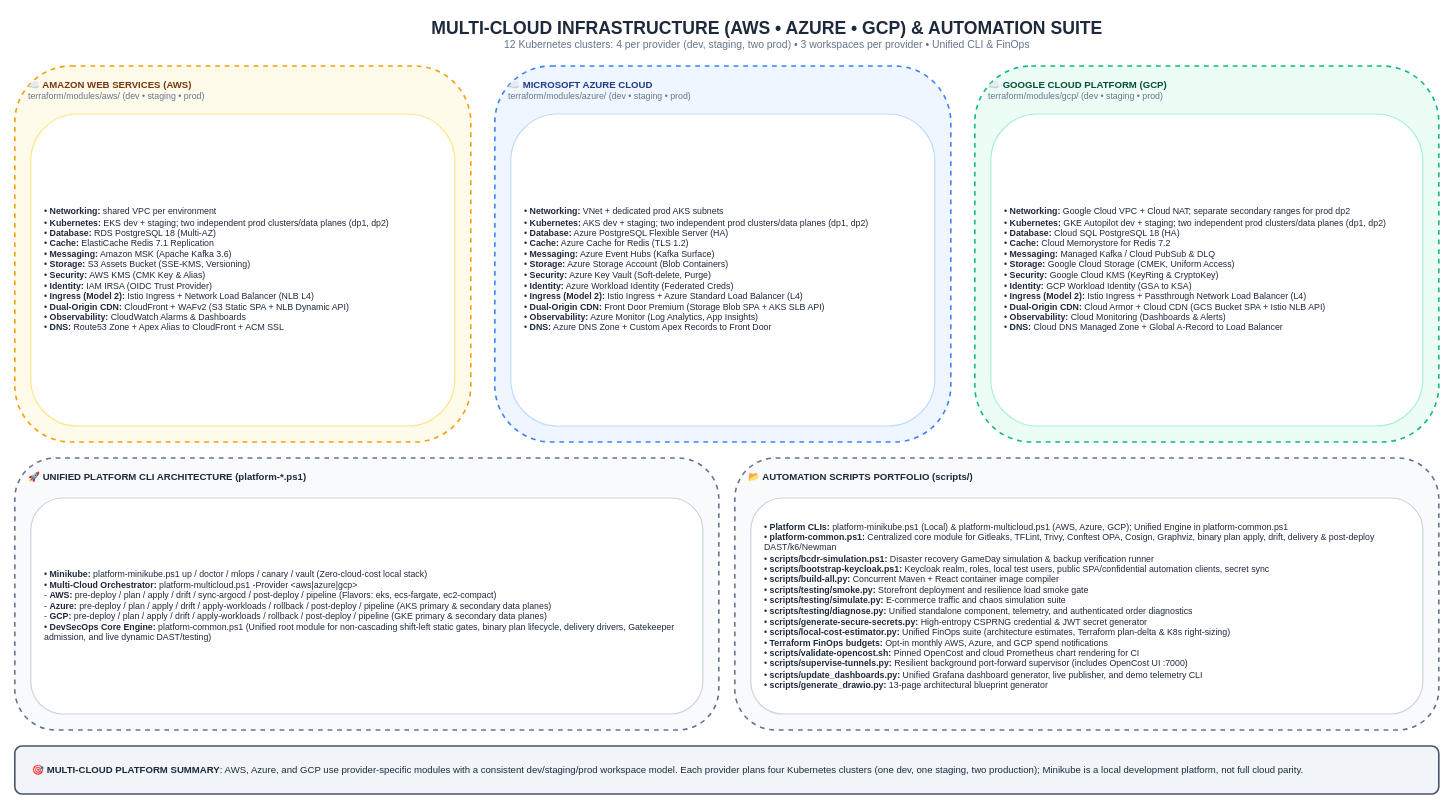
Before: page "11. Multi-Cloud IaC & CLI Automation Suite" (11 of 13) of docs/Diagrams.drawio in GeorgeGxx/microservices-architecture, a draw.io diagram. Source tidied: cells renumbered, new cells numbered last; positions are measured from the earlier drawing's top-left corner, leaving out a move shared by most shapes. Both pictures are drawn from the tidied source at 80%, with x=0, y=0 at pixel (14, 14).
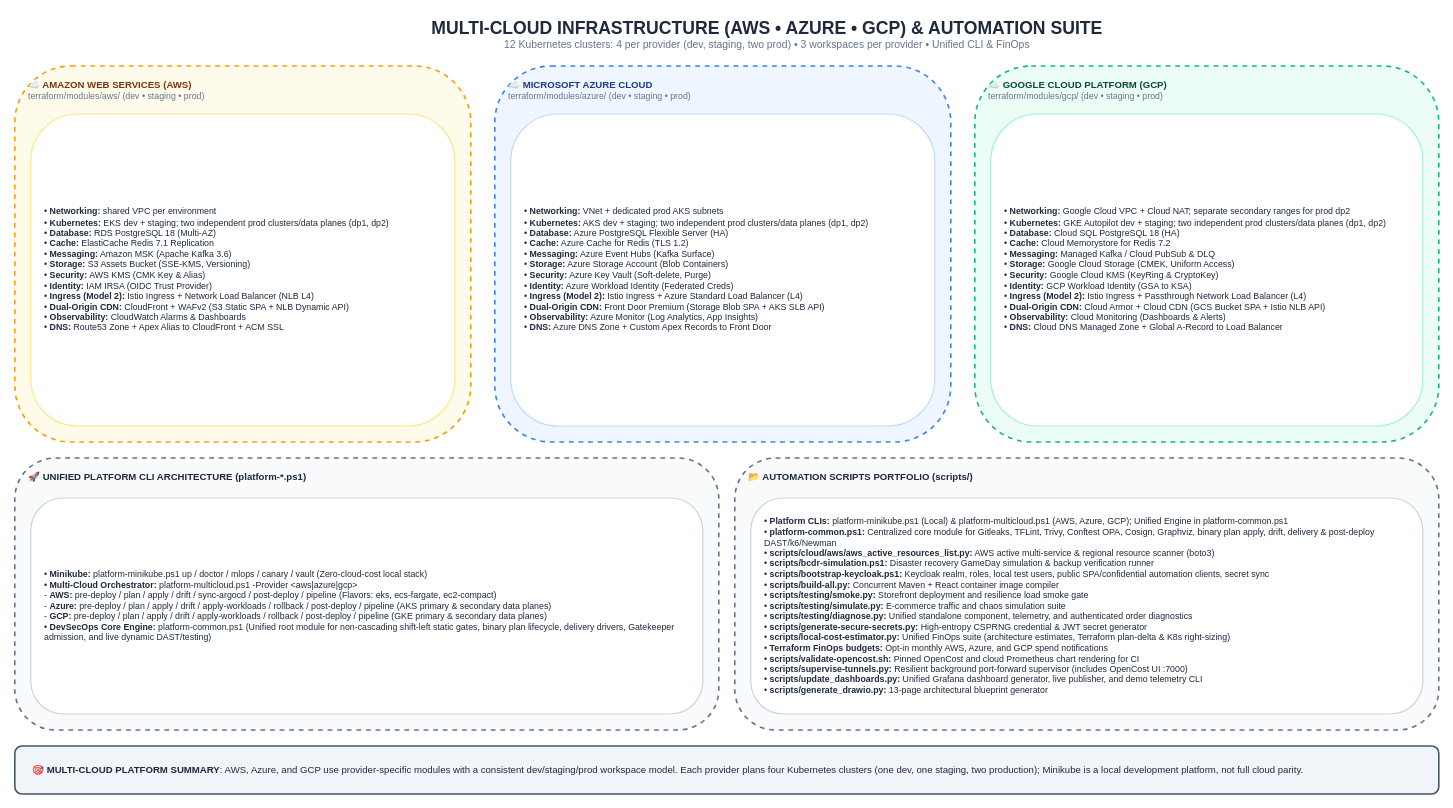
The same page after the edit.

Commit message (it also covers changes not shown here):
feat(cloud): migrate AWS active resource scanner to Boto3 Python tool

Change to the diagram source:
```diff
@@
 <mxGraphModel>
   <root>
     <mxCell id="0" />
     <mxCell id="1" parent="0" />
     <mxCell id="2" value="&lt;b style='font-size:22px;color:#1E293B;'&gt;MULTI-CLOUD INFRASTRUCTURE (AWS • AZURE • GCP) &amp; AUTOMATION SUITE&lt;/b&gt;&lt;br&gt;&lt;span style='font-size:13px;color:#64748B;'&gt;12 Kubernetes clusters: 4 per provider (dev, staging, two prod) • 3 workspaces per provider • Unified CLI &amp; FinOps&lt;/span&gt;" style="text;html=1;align=center;verticalAlign=middle;rounded=0;" parent="1" vertex="1">
       <mxGeometry x="240" width="1400" height="50" as="geometry" />
     </mxCell>
     <mxCell id="3" value="&lt;b&gt;☁️ AMAZON WEB SERVICES (AWS)&lt;/b&gt;&lt;br&gt;&lt;span style='font-size:11px;color:#64748B;'&gt;terraform/modules/aws/ (dev • staging • prod)&lt;/span&gt;" style="rounded=1;whiteSpace=wrap;html=1;fillColor=#FFFBEB;strokeColor=#F59E0B;strokeWidth=2;verticalAlign=top;align=left;spacingLeft=15;spacingTop=10;fontColor=#78350F;fontSize=12;dashed=1;" parent="1" vertex="1">
       <mxGeometry y="65" width="570" height="470" as="geometry" />
     </mxCell>
     <mxCell id="4" value="• &lt;b&gt;Networking:&lt;/b&gt; shared VPC per environment&lt;br&gt;• &lt;b&gt;Kubernetes:&lt;/b&gt; EKS dev + staging; two independent prod clusters/data planes (dp1, dp2)&lt;br&gt;• &lt;b&gt;Database:&lt;/b&gt; RDS PostgreSQL 18 (Multi-AZ)&lt;br&gt;• &lt;b&gt;Cache:&lt;/b&gt; ElastiCache Redis 7.1 Replication&lt;br&gt;• &lt;b&gt;Messaging:&lt;/b&gt; Amazon MSK (Apache Kafka 3.6)&lt;br&gt;• &lt;b&gt;Storage:&lt;/b&gt; S3 Assets Bucket (SSE-KMS, Versioning)&lt;br&gt;• &lt;b&gt;Security:&lt;/b&gt; AWS KMS (CMK Key &amp; Alias)&lt;br&gt;• &lt;b&gt;Identity:&lt;/b&gt; IAM IRSA (OIDC Trust Provider)&lt;br&gt;• &lt;b&gt;Ingress (Model 2):&lt;/b&gt; Istio Ingress + Network Load Balancer (NLB L4)&lt;br&gt;• &lt;b&gt;Dual-Origin CDN:&lt;/b&gt; CloudFront + WAFv2 (S3 Static SPA + NLB Dynamic API)&lt;br&gt;• &lt;b&gt;Observability:&lt;/b&gt; CloudWatch Alarms &amp; Dashboards&lt;br&gt;• &lt;b&gt;DNS:&lt;/b&gt; Route53 Zone + Apex Alias to CloudFront + ACM SSL" style="rounded=1;whiteSpace=wrap;html=1;fillColor=#FFFFFF;strokeColor=#FDE68A;strokeWidth=1.5;fontColor=#1E293B;fontSize=11;align=left;spacingLeft=15;" parent="1" vertex="1">
       <mxGeometry x="20" y="125" width="530" height="390" as="geometry" />
     </mxCell>
     <mxCell id="5" value="&lt;b&gt;☁️ MICROSOFT AZURE CLOUD&lt;/b&gt;&lt;br&gt;&lt;span style='font-size:11px;color:#64748B;'&gt;terraform/modules/azure/ (dev • staging • prod)&lt;/span&gt;" style="rounded=1;whiteSpace=wrap;html=1;fillColor=#EFF6FF;strokeColor=#3B82F6;strokeWidth=2;verticalAlign=top;align=left;spacingLeft=15;spacingTop=10;fontColor=#1E3A8A;fontSize=12;dashed=1;" parent="1" vertex="1">
       <mxGeometry x="600" y="65" width="570" height="470" as="geometry" />
     </mxCell>
     <mxCell id="6" value="• &lt;b&gt;Networking:&lt;/b&gt; VNet + dedicated prod AKS subnets&lt;br&gt;• &lt;b&gt;Kubernetes:&lt;/b&gt; AKS dev + staging; two independent prod clusters/data planes (dp1, dp2)&lt;br&gt;• &lt;b&gt;Database:&lt;/b&gt; Azure PostgreSQL Flexible Server (HA)&lt;br&gt;• &lt;b&gt;Cache:&lt;/b&gt; Azure Cache for Redis (TLS 1.2)&lt;br&gt;• &lt;b&gt;Messaging:&lt;/b&gt; Azure Event Hubs (Kafka Surface)&lt;br&gt;• &lt;b&gt;Storage:&lt;/b&gt; Azure Storage Account (Blob Containers)&lt;br&gt;• &lt;b&gt;Security:&lt;/b&gt; Azure Key Vault (Soft-delete, Purge)&lt;br&gt;• &lt;b&gt;Identity:&lt;/b&gt; Azure Workload Identity (Federated Creds)&lt;br&gt;• &lt;b&gt;Ingress (Model 2):&lt;/b&gt; Istio Ingress + Azure Standard Load Balancer (L4)&lt;br&gt;• &lt;b&gt;Dual-Origin CDN:&lt;/b&gt; Front Door Premium (Storage Blob SPA + AKS SLB API)&lt;br&gt;• &lt;b&gt;Observability:&lt;/b&gt; Azure Monitor (Log Analytics, App Insights)&lt;br&gt;• &lt;b&gt;DNS:&lt;/b&gt; Azure DNS Zone + Custom Apex Records to Front Door" style="rounded=1;whiteSpace=wrap;html=1;fillColor=#FFFFFF;strokeColor=#BFDBFE;strokeWidth=1.5;fontColor=#1E293B;fontSize=11;align=left;spacingLeft=15;" parent="1" vertex="1">
       <mxGeometry x="620" y="125" width="530" height="390" as="geometry" />
     </mxCell>
     <mxCell id="7" value="&lt;b&gt;☁️ GOOGLE CLOUD PLATFORM (GCP)&lt;/b&gt;&lt;br&gt;&lt;span style='font-size:11px;color:#64748B;'&gt;terraform/modules/gcp/ (dev • staging • prod)&lt;/span&gt;" style="rounded=1;whiteSpace=wrap;html=1;fillColor=#ECFDF5;strokeColor=#10B981;strokeWidth=2;verticalAlign=top;align=left;spacingLeft=15;spacingTop=10;fontColor=#064E3B;fontSize=12;dashed=1;" parent="1" vertex="1">
       <mxGeometry x="1200" y="65" width="580" height="470" as="geometry" />
     </mxCell>
     <mxCell id="8" value="• &lt;b&gt;Networking:&lt;/b&gt; Google Cloud VPC + Cloud NAT; separate secondary ranges for prod dp2&lt;br&gt;• &lt;b&gt;Kubernetes:&lt;/b&gt; GKE Autopilot dev + staging; two independent prod clusters/data planes (dp1, dp2)&lt;br&gt;• &lt;b&gt;Database:&lt;/b&gt; Cloud SQL PostgreSQL 18 (HA)&lt;br&gt;• &lt;b&gt;Cache:&lt;/b&gt; Cloud Memorystore for Redis 7.2&lt;br&gt;• &lt;b&gt;Messaging:&lt;/b&gt; Managed Kafka / Cloud PubSub &amp; DLQ&lt;br&gt;• &lt;b&gt;Storage:&lt;/b&gt; Google Cloud Storage (CMEK, Uniform Access)&lt;br&gt;• &lt;b&gt;Security:&lt;/b&gt; Google Cloud KMS (KeyRing &amp; CryptoKey)&lt;br&gt;• &lt;b&gt;Identity:&lt;/b&gt; GCP Workload Identity (GSA to KSA)&lt;br&gt;• &lt;b&gt;Ingress (Model 2):&lt;/b&gt; Istio Ingress + Passthrough Network Load Balancer (L4)&lt;br&gt;• &lt;b&gt;Dual-Origin CDN:&lt;/b&gt; Cloud Armor + Cloud CDN (GCS Bucket SPA + Istio NLB API)&lt;br&gt;• &lt;b&gt;Observability:&lt;/b&gt; Cloud Monitoring (Dashboards &amp; Alerts)&lt;br&gt;• &lt;b&gt;DNS:&lt;/b&gt; Cloud DNS Managed Zone + Global A-Record to Load Balancer" style="rounded=1;whiteSpace=wrap;html=1;fillColor=#FFFFFF;strokeColor=#A7F3D0;strokeWidth=1.5;fontColor=#1E293B;fontSize=11;align=left;spacingLeft=15;" parent="1" vertex="1">
       <mxGeometry x="1220" y="125" width="540" height="390" as="geometry" />
     </mxCell>
     <mxCell id="9" value="&lt;b&gt;🚀 UNIFIED PLATFORM CLI ARCHITECTURE (platform-*.ps1)&lt;/b&gt;" style="rounded=1;whiteSpace=wrap;html=1;fillColor=#F8FAFC;strokeColor=#64748B;strokeWidth=2;verticalAlign=top;align=left;spacingLeft=15;spacingTop=10;fontColor=#1E293B;fontSize=12;dashed=1;" parent="1" vertex="1">
       <mxGeometry y="555" width="880" height="340" as="geometry" />
     </mxCell>
     <mxCell id="10" value="• &lt;b&gt;Minikube:&lt;/b&gt; platform-minikube.ps1 up / doctor / mlops / canary / vault (Zero-cloud-cost local stack)&lt;br&gt;• &lt;b&gt;Multi-Cloud Orchestrator:&lt;/b&gt; platform-multicloud.ps1 -Provider &amp;lt;aws|azure|gcp&amp;gt;&lt;br&gt;  - &lt;b&gt;AWS:&lt;/b&gt; pre-deploy / plan / apply / drift / sync-argocd / post-deploy / pipeline (Flavors: eks, ecs-fargate, ec2-compact)&lt;br&gt;  - &lt;b&gt;Azure:&lt;/b&gt; pre-deploy / plan / apply / drift / apply-workloads / rollback / post-deploy / pipeline (AKS primary &amp; secondary data planes)&lt;br&gt;  - &lt;b&gt;GCP:&lt;/b&gt; pre-deploy / plan / apply / drift / apply-workloads / rollback / post-deploy / pipeline (GKE primary &amp; secondary data planes)&lt;br&gt;• &lt;b&gt;DevSecOps Core Engine:&lt;/b&gt; platform-common.ps1 (Unified root module for non-cascading shift-left static gates, binary plan lifecycle, delivery drivers, Gatekeeper admission, and live dynamic DAST/testing)" style="rounded=1;whiteSpace=wrap;html=1;fillColor=#FFFFFF;strokeColor=#CBD5E1;strokeWidth=1.5;fontColor=#1E293B;fontSize=11;align=left;spacingLeft=15;" parent="1" vertex="1">
       <mxGeometry x="20" y="605" width="840" height="270" as="geometry" />
     </mxCell>
     <mxCell id="11" value="&lt;b&gt;📂 AUTOMATION SCRIPTS PORTFOLIO (scripts/)&lt;/b&gt;" style="rounded=1;whiteSpace=wrap;html=1;fillColor=#F8FAFC;strokeColor=#64748B;strokeWidth=2;verticalAlign=top;align=left;spacingLeft=15;spacingTop=10;fontColor=#1E293B;fontSize=12;dashed=1;" parent="1" vertex="1">
       <mxGeometry x="900" y="555" width="880" height="340" as="geometry" />
     </mxCell>
-    <mxCell id="12" value="• &lt;b&gt;Platform CLIs:&lt;/b&gt; platform-minikube.ps1 (Local) &amp; platform-multicloud.ps1 (AWS, Azure, GCP); Unified Engine in platform-common.ps1&lt;br&gt;• &lt;b&gt;platform-common.ps1:&lt;/b&gt; Centralized core module for Gitleaks, TFLint, Trivy, Conftest OPA, Cosign, Graphviz, binary plan apply, drift, delivery &amp; post-deploy DAST/k6/Newman&lt;br&gt;• &lt;b&gt;scripts/bcdr-simulation.ps1:&lt;/b&gt; Disaster recovery GameDay simulation &amp; backup verification runner&lt;br&gt;• &lt;b&gt;scripts/bootstrap-keycloak.ps1:&lt;/b&gt; Keycloak realm, roles, local test users, public SPA/confidential automation clients, secret sync&lt;br&gt;• &lt;b&gt;scripts/build-all.py:&lt;/b&gt; Concurrent Maven + React container image compiler&lt;br&gt;• &lt;b&gt;scripts/testing/smoke.py:&lt;/b&gt; Storefront deployment and resilience load smoke gate&lt;br&gt;• &lt;b&gt;scripts/testing/simulate.py:&lt;/b&gt; E-commerce traffic and chaos simulation suite&lt;br&gt;• &lt;b&gt;scripts/testing/diagnose.py:&lt;/b&gt; Unified standalone component, telemetry, and authenticated order diagnostics&lt;br&gt;• &lt;b&gt;scripts/generate-secure-secrets.py:&lt;/b&gt; High-entropy CSPRNG credential &amp; JWT secret generator&lt;br&gt;• &lt;b&gt;scripts/local-cost-estimator.py:&lt;/b&gt; Unified FinOps suite (architecture estimates, Terraform plan-delta &amp; K8s right-sizing)&lt;br&gt;• &lt;b&gt;Terraform FinOps budgets:&lt;/b&gt; Opt-in monthly AWS, Azure, and GCP spend notifications&lt;br&gt;• &lt;b&gt;scripts/validate-opencost.sh:&lt;/b&gt; Pinned OpenCost and cloud Prometheus chart rendering for CI&lt;br&gt;• &lt;b&gt;scripts/supervise-tunnels.py:&lt;/b&gt; Resilient background port-forward supervisor (includes OpenCost UI :7000)&lt;br&gt;• &lt;b&gt;scripts/update_dashboards.py:&lt;/b&gt; Unified Grafana dashboard generator, live publisher, and demo telemetry CLI&lt;br&gt;• &lt;b&gt;scripts/generate_drawio.py:&lt;/b&gt; 13-page architectural blueprint generator" style="rounded=1;whiteSpace=wrap;html=1;fillColor=#FFFFFF;strokeColor=#CBD5E1;strokeWidth=1.5;fontColor=#1E293B;fontSize=11;align=left;spacingLeft=15;" parent="1" vertex="1">
+    <mxCell id="12" value="• &lt;b&gt;Platform CLIs:&lt;/b&gt; platform-minikube.ps1 (Local) &amp; platform-multicloud.ps1 (AWS, Azure, GCP); Unified Engine in platform-common.ps1&lt;br&gt;• &lt;b&gt;platform-common.ps1:&lt;/b&gt; Centralized core module for Gitleaks, TFLint, Trivy, Conftest OPA, Cosign, Graphviz, binary plan apply, drift, delivery &amp; post-deploy DAST/k6/Newman&lt;br&gt;• &lt;b&gt;scripts/cloud/aws/aws_active_resources_list.py:&lt;/b&gt; AWS active multi-service &amp; regional resource scanner (boto3)&lt;br&gt;• &lt;b&gt;scripts/bcdr-simulation.ps1:&lt;/b&gt; Disaster recovery GameDay simulation &amp; backup verification runner&lt;br&gt;• &lt;b&gt;scripts/bootstrap-keycloak.ps1:&lt;/b&gt; Keycloak realm, roles, local test users, public SPA/confidential automation clients, secret sync&lt;br&gt;• &lt;b&gt;scripts/build-all.py:&lt;/b&gt; Concurrent Maven + React container image compiler&lt;br&gt;• &lt;b&gt;scripts/testing/smoke.py:&lt;/b&gt; Storefront deployment and resilience load smoke gate&lt;br&gt;• &lt;b&gt;scripts/testing/simulate.py:&lt;/b&gt; E-commerce traffic and chaos simulation suite&lt;br&gt;• &lt;b&gt;scripts/testing/diagnose.py:&lt;/b&gt; Unified standalone component, telemetry, and authenticated order diagnostics&lt;br&gt;• &lt;b&gt;scripts/generate-secure-secrets.py:&lt;/b&gt; High-entropy CSPRNG credential &amp; JWT secret generator&lt;br&gt;• &lt;b&gt;scripts/local-cost-estimator.py:&lt;/b&gt; Unified FinOps suite (architecture estimates, Terraform plan-delta &amp; K8s right-sizing)&lt;br&gt;• &lt;b&gt;Terraform FinOps budgets:&lt;/b&gt; Opt-in monthly AWS, Azure, and GCP spend notifications&lt;br&gt;• &lt;b&gt;scripts/validate-opencost.sh:&lt;/b&gt; Pinned OpenCost and cloud Prometheus chart rendering for CI&lt;br&gt;• &lt;b&gt;scripts/supervise-tunnels.py:&lt;/b&gt; Resilient background port-forward supervisor (includes OpenCost UI :7000)&lt;br&gt;• &lt;b&gt;scripts/update_dashboards.py:&lt;/b&gt; Unified Grafana dashboard generator, live publisher, and demo telemetry CLI&lt;br&gt;• &lt;b&gt;scripts/generate_drawio.py:&lt;/b&gt; 13-page architectural blueprint generator" style="rounded=1;whiteSpace=wrap;html=1;fillColor=#FFFFFF;strokeColor=#CBD5E1;strokeWidth=1.5;fontColor=#1E293B;fontSize=11;align=left;spacingLeft=15;" parent="1" vertex="1">
       <mxGeometry x="920" y="605" width="840" height="270" as="geometry" />
     </mxCell>
     <mxCell id="13" value="&lt;b&gt;🎯 MULTI-CLOUD PLATFORM SUMMARY&lt;/b&gt;: AWS, Azure, and GCP use provider-specific modules with a consistent dev/staging/prod workspace model. Each provider plans four Kubernetes clusters (one dev, one staging, two production); Minikube is a local development platform, not full cloud parity." style="rounded=1;whiteSpace=wrap;html=1;fillColor=#F1F5F9;strokeColor=#475569;strokeWidth=2;fontColor=#1E293B;fontSize=12;align=left;spacingLeft=20;" parent="1" vertex="1">
       <mxGeometry y="915" width="1780" height="60" as="geometry" />
     </mxCell>
   </root>
 </mxGraphModel>
```
